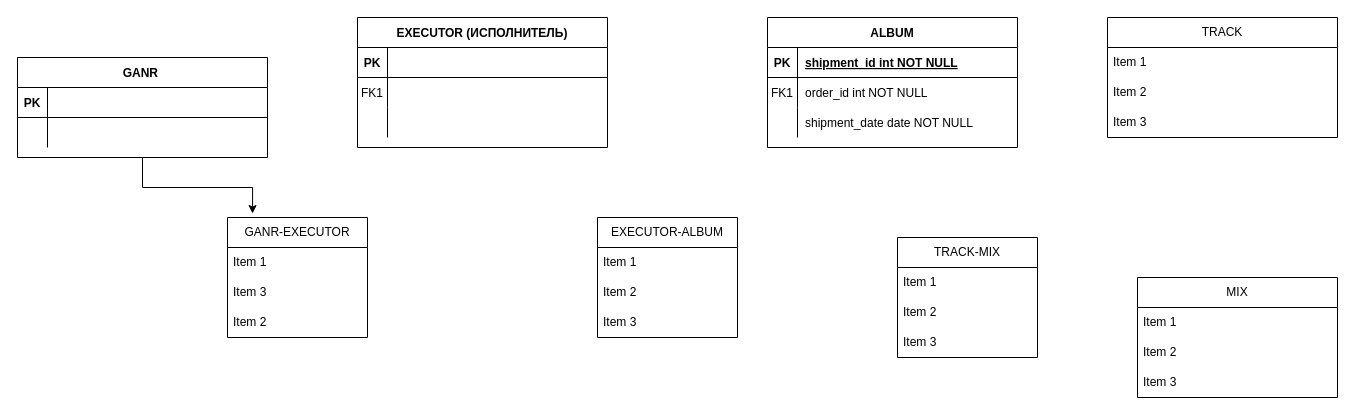
The draw.io diagram Диаграмма без названия.drawio in Evgeniia0410/music-site, before the edit. Source tidied: cells renumbered, new cells numbered last; positions are measured from the earlier drawing's top-left corner, leaving out a move shared by most shapes. Both pictures are drawn from the tidied source at 100%, with x=0, y=0 at pixel (17, 17).
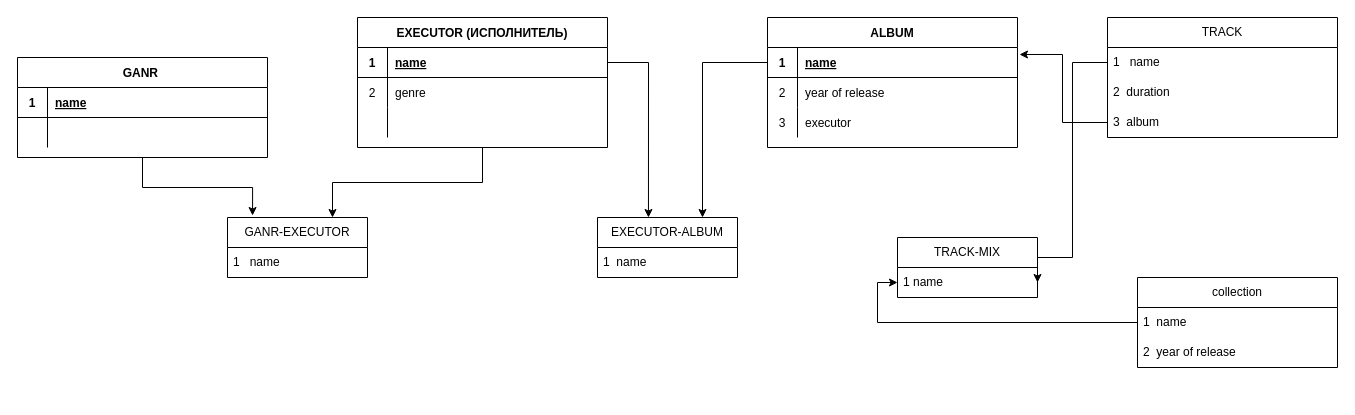
The same page after the edit.

Unchanged cells that the change refers to:
```xml
<mxCell id="2" value="EXECUTOR (ИСПОЛНИТЕЛЬ)" style="shape=table;startSize=30;childLayout=tableLayout;rowLines=0;fontStyle=1;align=center;" parent="1" vertex="1">
  <mxGeometry x="340" width="250" height="130" as="geometry" />
</mxCell>
<mxCell id="3" style="shape=partialRectangle;fillColor=none;points=[[0,0.5],[1,0.5]];portConstraint=eastwest;top=0;left=0;right=0;bottom=1;" parent="2" vertex="1">
  <mxGeometry y="30" width="250" height="30" as="geometry" />
</mxCell>
<mxCell id="6" style="shape=partialRectangle;fillColor=none;top=0;left=0;right=0;bottom=0;" parent="2" vertex="1">
  <mxGeometry y="60" width="250" height="30" as="geometry" />
</mxCell>
<mxCell id="13" style="shape=partialRectangle;fillColor=none;points=[[0,0.5],[1,0.5]];portConstraint=eastwest;top=0;left=0;right=0;bottom=1;" parent="12" vertex="1">
  <mxGeometry y="30" width="250" height="30" as="geometry" />
</mxCell>
<mxCell id="16" style="shape=partialRectangle;fillColor=none;top=0;left=0;right=0;bottom=0;" parent="12" vertex="1">
  <mxGeometry y="60" width="250" height="30" as="geometry" />
</mxCell>
<mxCell id="19" style="shape=partialRectangle;fillColor=none;top=0;left=0;right=0;bottom=0;" parent="12" vertex="1">
  <mxGeometry y="90" width="250" height="30" as="geometry" />
</mxCell>
<mxCell id="24" style="shape=partialRectangle;fillColor=none;top=0;left=0;right=0;bottom=1;" parent="23" vertex="1">
  <mxGeometry y="30" width="250" height="30" as="geometry" />
</mxCell>
<mxCell id="38" value="TRACK" style="swimlane;fontStyle=0;horizontal=1;startSize=30;whiteSpace=wrap;html=1;" parent="1" vertex="1">
  <mxGeometry x="1090" width="230" height="120" as="geometry" />
</mxCell>
```

Change to the diagram source:
```diff
@@
+    <mxCell id="50" style="edgeStyle=orthogonalEdgeStyle;rounded=0;jettySize=auto;html=1;entryX=0.75;entryY=0;entryDx=0;entryDy=0;" parent="1" edge="1" source="2" target="30">
+      <mxGeometry relative="1" as="geometry" />
+    </mxCell>
@@
-    <mxCell id="4" value="PK" style="shape=partialRectangle;overflow=hidden;fillColor=none;top=0;left=0;bottom=0;right=0;fontStyle=1;" parent="3" vertex="1">
+    <mxCell id="4" value="1" style="shape=partialRectangle;overflow=hidden;fillColor=none;top=0;left=0;bottom=0;right=0;fontStyle=1;" parent="3" vertex="1">
       <mxGeometry width="30" height="30" as="geometry" />
     </mxCell>
-    <mxCell id="5" style="shape=partialRectangle;overflow=hidden;fillColor=none;top=0;left=0;bottom=0;right=0;align=left;spacingLeft=6;fontStyle=5;" parent="3" vertex="1">
+    <mxCell id="5" value="name" style="shape=partialRectangle;overflow=hidden;fillColor=none;top=0;left=0;bottom=0;right=0;align=left;spacingLeft=6;fontStyle=5;" parent="3" vertex="1">
       <mxGeometry x="30" width="220" height="30" as="geometry" />
     </mxCell>
@@
-    <mxCell id="7" value="FK1" style="shape=partialRectangle;overflow=hidden;fillColor=none;top=0;left=0;bottom=0;right=0;" parent="6" vertex="1">
+    <mxCell id="7" value="2" style="shape=partialRectangle;overflow=hidden;fillColor=none;top=0;left=0;bottom=0;right=0;" parent="6" vertex="1">
       <mxGeometry width="30" height="30" as="geometry" />
     </mxCell>
-    <mxCell id="8" style="shape=partialRectangle;overflow=hidden;fillColor=none;top=0;left=0;bottom=0;right=0;align=left;spacingLeft=6;" parent="6" vertex="1">
+    <mxCell id="8" value="genre" style="shape=partialRectangle;overflow=hidden;fillColor=none;top=0;left=0;bottom=0;right=0;align=left;spacingLeft=6;" parent="6" vertex="1">
       <mxGeometry x="30" width="220" height="30" as="geometry" />
     </mxCell>
@@
-    <mxCell id="14" value="PK" style="shape=partialRectangle;overflow=hidden;fillColor=none;top=0;left=0;bottom=0;right=0;fontStyle=1;" parent="13" vertex="1">
+    <mxCell id="14" value="1" style="shape=partialRectangle;overflow=hidden;fillColor=none;top=0;left=0;bottom=0;right=0;fontStyle=1;" parent="13" vertex="1">
       <mxGeometry width="30" height="30" as="geometry" />
     </mxCell>
-    <mxCell id="15" value="shipment_id int NOT NULL " style="shape=partialRectangle;overflow=hidden;fillColor=none;top=0;left=0;bottom=0;right=0;align=left;spacingLeft=6;fontStyle=5;" parent="13" vertex="1">
+    <mxCell id="15" value="name" style="shape=partialRectangle;overflow=hidden;fillColor=none;top=0;left=0;bottom=0;right=0;align=left;spacingLeft=6;fontStyle=5;" parent="13" vertex="1">
       <mxGeometry x="30" width="220" height="30" as="geometry" />
     </mxCell>
@@
-    <mxCell id="17" value="FK1" style="shape=partialRectangle;overflow=hidden;fillColor=none;top=0;left=0;bottom=0;right=0;" parent="16" vertex="1">
+    <mxCell id="17" value="2" style="shape=partialRectangle;overflow=hidden;fillColor=none;top=0;left=0;bottom=0;right=0;" parent="16" vertex="1">
       <mxGeometry width="30" height="30" as="geometry" />
     </mxCell>
-    <mxCell id="18" value="order_id int NOT NULL" style="shape=partialRectangle;overflow=hidden;fillColor=none;top=0;left=0;bottom=0;right=0;align=left;spacingLeft=6;" parent="16" vertex="1">
+    <mxCell id="18" value="year of release" style="shape=partialRectangle;overflow=hidden;fillColor=none;top=0;left=0;bottom=0;right=0;align=left;spacingLeft=6;" parent="16" vertex="1">
       <mxGeometry x="30" width="220" height="30" as="geometry" />
     </mxCell>
@@
-    <mxCell id="20" style="shape=partialRectangle;overflow=hidden;fillColor=none;top=0;left=0;bottom=0;right=0;" parent="19" vertex="1">
+    <mxCell id="20" value="3" style="shape=partialRectangle;overflow=hidden;fillColor=none;top=0;left=0;bottom=0;right=0;" parent="19" vertex="1">
       <mxGeometry width="30" height="30" as="geometry" />
     </mxCell>
-    <mxCell id="21" value="shipment_date date NOT NULL" style="shape=partialRectangle;overflow=hidden;fillColor=none;top=0;left=0;bottom=0;right=0;align=left;spacingLeft=6;" parent="19" vertex="1">
+    <mxCell id="21" value="executor" style="shape=partialRectangle;overflow=hidden;fillColor=none;top=0;left=0;bottom=0;right=0;align=left;spacingLeft=6;" parent="19" vertex="1">
       <mxGeometry x="30" width="220" height="30" as="geometry" />
     </mxCell>
@@
-    <mxCell id="25" value="PK" style="shape=partialRectangle;overflow=hidden;fillColor=none;top=0;left=0;bottom=0;right=0;fontStyle=1;" parent="24" vertex="1">
+    <mxCell id="25" value="1" style="shape=partialRectangle;overflow=hidden;fillColor=none;top=0;left=0;bottom=0;right=0;fontStyle=1;" parent="24" vertex="1">
       <mxGeometry width="30" height="30" as="geometry" />
     </mxCell>
-    <mxCell id="26" style="shape=partialRectangle;overflow=hidden;fillColor=none;top=0;left=0;bottom=0;right=0;align=left;spacingLeft=6;fontStyle=5;flipH=1;flipV=1;" parent="24" vertex="1">
+    <mxCell id="26" value="name" style="shape=partialRectangle;overflow=hidden;fillColor=none;top=0;left=0;bottom=0;right=0;align=left;spacingLeft=6;fontStyle=5;flipH=1;flipV=1;" parent="24" vertex="1">
       <mxGeometry x="30" width="220" height="30" as="geometry" />
     </mxCell>
@@
     <mxCell id="30" value="GANR-EXECUTOR" style="swimlane;fontStyle=0;horizontal=1;startSize=30;whiteSpace=wrap;html=1;" parent="1" vertex="1">
-      <mxGeometry x="210" y="200" width="140" height="120" as="geometry" />
+      <mxGeometry x="210" y="200" width="140" height="60" as="geometry" />
     </mxCell>
-    <mxCell id="31" value="Item 1" style="text;strokeColor=none;fillColor=none;align=left;verticalAlign=middle;spacingLeft=4;spacingRight=4;overflow=hidden;whiteSpace=wrap;html=1;" parent="30" vertex="1">
-      <mxGeometry y="30" width="140" height="30" as="geometry" />
-    </mxCell>
-    <mxCell id="32" value="Item 3" style="text;strokeColor=none;fillColor=none;align=left;verticalAlign=middle;spacingLeft=4;spacingRight=4;overflow=hidden;whiteSpace=wrap;html=1;" parent="30" vertex="1">
-      <mxGeometry y="60" width="140" height="30" as="geometry" />
+    <mxCell id="32" value="1&amp;nbsp; &amp;nbsp;name" style="text;strokeColor=none;fillColor=none;align=left;verticalAlign=middle;spacingLeft=4;spacingRight=4;overflow=hidden;whiteSpace=wrap;html=1;" parent="30" vertex="1">
+      <mxGeometry y="30" width="140" height="30" as="geometry" />
     </mxCell>
-    <mxCell id="33" value="Item 2" style="text;strokeColor=none;fillColor=none;align=left;verticalAlign=middle;spacingLeft=4;spacingRight=4;overflow=hidden;whiteSpace=wrap;html=1;" parent="30" vertex="1">
-      <mxGeometry y="90" width="140" height="30" as="geometry" />
-    </mxCell>
     <mxCell id="34" value="EXECUTOR-ALBUM" style="swimlane;fontStyle=0;horizontal=1;startSize=30;whiteSpace=wrap;html=1;" parent="1" vertex="1">
-      <mxGeometry x="580" y="200" width="140" height="120" as="geometry" />
+      <mxGeometry x="580" y="200" width="140" height="60" as="geometry" />
     </mxCell>
-    <mxCell id="35" value="Item 1" style="text;strokeColor=none;fillColor=none;align=left;verticalAlign=middle;spacingLeft=4;spacingRight=4;overflow=hidden;whiteSpace=wrap;html=1;" parent="34" vertex="1">
+    <mxCell id="35" value="1&amp;nbsp; name" style="text;strokeColor=none;fillColor=none;align=left;verticalAlign=middle;spacingLeft=4;spacingRight=4;overflow=hidden;whiteSpace=wrap;html=1;" parent="34" vertex="1">
       <mxGeometry y="30" width="140" height="30" as="geometry" />
     </mxCell>
-    <mxCell id="36" value="Item 2" style="text;strokeColor=none;fillColor=none;align=left;verticalAlign=middle;spacingLeft=4;spacingRight=4;overflow=hidden;whiteSpace=wrap;html=1;" parent="34" vertex="1">
-      <mxGeometry y="60" width="140" height="30" as="geometry" />
-    </mxCell>
-    <mxCell id="37" value="Item 3" style="text;strokeColor=none;fillColor=none;align=left;verticalAlign=middle;spacingLeft=4;spacingRight=4;overflow=hidden;whiteSpace=wrap;html=1;" parent="34" vertex="1">
-      <mxGeometry y="90" width="140" height="30" as="geometry" />
-    </mxCell>
@@
-    <mxCell id="39" value="Item 1" style="text;strokeColor=none;fillColor=none;align=left;verticalAlign=middle;spacingLeft=4;spacingRight=4;overflow=hidden;points=[[0,0.5],[1,0.5]];portConstraint=eastwest;whiteSpace=wrap;html=1;" parent="38" vertex="1">
+    <mxCell id="39" value="1&amp;nbsp; &amp;nbsp;name" style="text;strokeColor=none;fillColor=none;align=left;verticalAlign=middle;spacingLeft=4;spacingRight=4;overflow=hidden;points=[[0,0.5],[1,0.5]];portConstraint=eastwest;whiteSpace=wrap;html=1;" parent="38" vertex="1">
       <mxGeometry y="30" width="230" height="30" as="geometry" />
     </mxCell>
-    <mxCell id="40" value="Item 2" style="text;strokeColor=none;fillColor=none;align=left;verticalAlign=middle;spacingLeft=4;spacingRight=4;overflow=hidden;whiteSpace=wrap;html=1;" parent="38" vertex="1">
+    <mxCell id="40" value="2&amp;nbsp; duration" style="text;strokeColor=none;fillColor=none;align=left;verticalAlign=middle;spacingLeft=4;spacingRight=4;overflow=hidden;whiteSpace=wrap;html=1;" parent="38" vertex="1">
       <mxGeometry y="60" width="230" height="30" as="geometry" />
     </mxCell>
-    <mxCell id="41" value="Item 3" style="text;strokeColor=none;fillColor=none;align=left;verticalAlign=middle;spacingLeft=4;spacingRight=4;overflow=hidden;points=[[0,0.5],[1,0.5]];portConstraint=eastwest;whiteSpace=wrap;html=1;" parent="38" vertex="1">
+    <mxCell id="41" value="3&amp;nbsp; album" style="text;strokeColor=none;fillColor=none;align=left;verticalAlign=middle;spacingLeft=4;spacingRight=4;overflow=hidden;points=[[0,0.5],[1,0.5]];portConstraint=eastwest;whiteSpace=wrap;html=1;" parent="38" vertex="1">
       <mxGeometry y="90" width="230" height="30" as="geometry" />
     </mxCell>
     <mxCell id="42" value="TRACK-MIX" style="swimlane;fontStyle=0;horizontal=1;startSize=30;whiteSpace=wrap;html=1;" parent="1" vertex="1">
-      <mxGeometry x="880" y="220" width="140" height="120" as="geometry" />
+      <mxGeometry x="880" y="220" width="140" height="60" as="geometry" />
     </mxCell>
-    <mxCell id="43" value="Item 1" style="text;strokeColor=none;fillColor=none;align=left;verticalAlign=middle;spacingLeft=4;spacingRight=4;overflow=hidden;points=[[0,0.5],[1,0.5]];portConstraint=eastwest;whiteSpace=wrap;html=1;" parent="42" vertex="1">
+    <mxCell id="43" value="1 name" style="text;strokeColor=none;fillColor=none;align=left;verticalAlign=middle;spacingLeft=4;spacingRight=4;overflow=hidden;points=[[0,0.5],[1,0.5]];portConstraint=eastwest;whiteSpace=wrap;html=1;" parent="42" vertex="1">
       <mxGeometry y="30" width="140" height="30" as="geometry" />
     </mxCell>
-    <mxCell id="44" value="Item 2" style="text;strokeColor=none;fillColor=none;align=left;verticalAlign=middle;spacingLeft=4;spacingRight=4;overflow=hidden;whiteSpace=wrap;html=1;" parent="42" vertex="1">
-      <mxGeometry y="60" width="140" height="30" as="geometry" />
-    </mxCell>
-    <mxCell id="45" value="Item 3" style="text;strokeColor=none;fillColor=none;align=left;verticalAlign=middle;spacingLeft=4;spacingRight=4;overflow=hidden;whiteSpace=wrap;html=1;" parent="42" vertex="1">
-      <mxGeometry y="90" width="140" height="30" as="geometry" />
-    </mxCell>
-    <mxCell id="46" value="MIX" style="swimlane;fontStyle=0;horizontal=1;startSize=30;whiteSpace=wrap;html=1;" parent="1" vertex="1">
-      <mxGeometry x="1120" y="260" width="200" height="120" as="geometry" />
+    <mxCell id="46" value="collection" style="swimlane;fontStyle=0;horizontal=1;startSize=30;whiteSpace=wrap;html=1;" parent="1" vertex="1">
+      <mxGeometry x="1120" y="260" width="200" height="90" as="geometry" />
     </mxCell>
-    <mxCell id="47" value="Item 1" style="text;strokeColor=none;fillColor=none;align=left;verticalAlign=middle;spacingLeft=4;spacingRight=4;overflow=hidden;points=[[0,0.5],[1,0.5]];portConstraint=eastwest;whiteSpace=wrap;html=1;" parent="46" vertex="1">
+    <mxCell id="47" value="1&amp;nbsp; name" style="text;strokeColor=none;fillColor=none;align=left;verticalAlign=middle;spacingLeft=4;spacingRight=4;overflow=hidden;points=[[0,0.5],[1,0.5]];portConstraint=eastwest;whiteSpace=wrap;html=1;" parent="46" vertex="1">
       <mxGeometry y="30" width="200" height="30" as="geometry" />
     </mxCell>
-    <mxCell id="48" value="Item 2" style="text;strokeColor=none;fillColor=none;align=left;verticalAlign=middle;spacingLeft=4;spacingRight=4;overflow=hidden;whiteSpace=wrap;html=1;" parent="46" vertex="1">
+    <mxCell id="48" value="2&amp;nbsp; year of release" style="text;strokeColor=none;fillColor=none;align=left;verticalAlign=middle;spacingLeft=4;spacingRight=4;overflow=hidden;whiteSpace=wrap;html=1;" parent="46" vertex="1">
       <mxGeometry y="60" width="200" height="30" as="geometry" />
     </mxCell>
-    <mxCell id="49" value="Item 3" style="text;strokeColor=none;fillColor=none;align=left;verticalAlign=middle;spacingLeft=4;spacingRight=4;overflow=hidden;whiteSpace=wrap;html=1;" parent="46" vertex="1">
-      <mxGeometry y="90" width="200" height="30" as="geometry" />
-    </mxCell>
+    <mxCell id="51" style="edgeStyle=orthogonalEdgeStyle;rounded=0;jettySize=auto;html=1;entryX=0.364;entryY=0;entryDx=0;entryDy=0;entryPerimeter=0;" parent="1" edge="1" source="3" target="34">
+      <mxGeometry relative="1" as="geometry" />
+    </mxCell>
+    <mxCell id="52" style="edgeStyle=orthogonalEdgeStyle;rounded=0;jettySize=auto;html=1;exitX=0;exitY=0.5;exitDx=0;exitDy=0;entryX=0.75;entryY=0;entryDx=0;entryDy=0;" parent="1" edge="1" source="13" target="34">
+      <mxGeometry relative="1" as="geometry" />
+    </mxCell>
+    <mxCell id="53" style="edgeStyle=orthogonalEdgeStyle;rounded=0;jettySize=auto;html=1;entryX=1.008;entryY=0.233;entryDx=0;entryDy=0;entryPerimeter=0;" parent="1" edge="1" source="41" target="13">
+      <mxGeometry relative="1" as="geometry" />
+    </mxCell>
+    <mxCell id="54" style="edgeStyle=orthogonalEdgeStyle;rounded=0;jettySize=auto;html=1;exitX=0;exitY=0.5;exitDx=0;exitDy=0;entryX=0;entryY=0.5;entryDx=0;entryDy=0;" parent="1" edge="1" source="47" target="43">
+      <mxGeometry relative="1" as="geometry" />
+    </mxCell>
+    <mxCell id="55" style="edgeStyle=orthogonalEdgeStyle;rounded=0;jettySize=auto;html=1;entryX=1;entryY=0.5;entryDx=0;entryDy=0;" parent="1" edge="1" source="39" target="43">
+      <mxGeometry relative="1" as="geometry">
+        <Array as="points">
+          <mxPoint x="1055" y="45" />
+          <mxPoint x="1055" y="240" />
+          <mxPoint x="1020" y="240" />
+        </Array>
+      </mxGeometry>
+    </mxCell>
```
